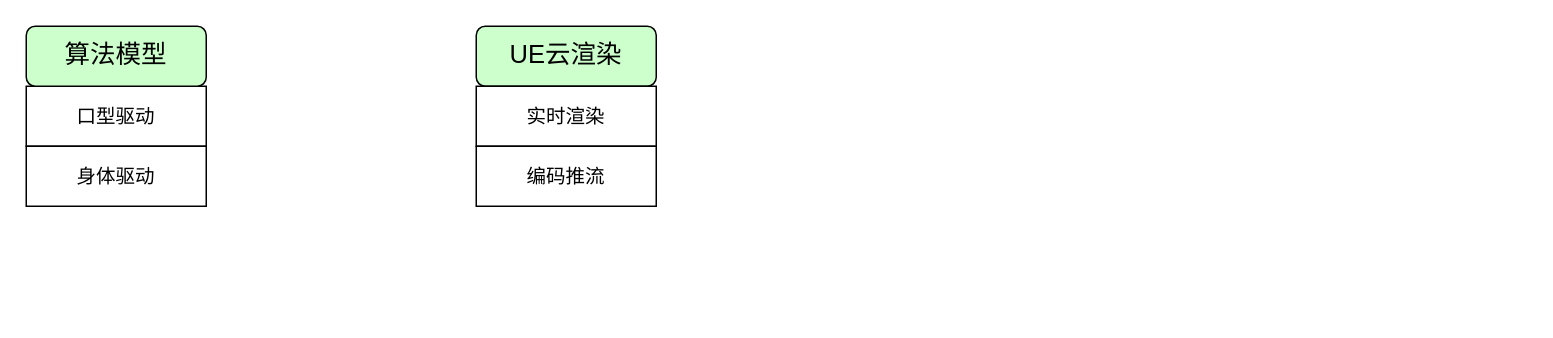
This is ai_live.drawio from skindhu/9GAG, a draw.io file, before an edit. Source tidied: cells renumbered, new cells numbered last; positions are measured from the earlier drawing's top-left corner, leaving out a move shared by most shapes. Both pictures are drawn from the tidied source at 150%, with x=0, y=0 at pixel (26, 26).
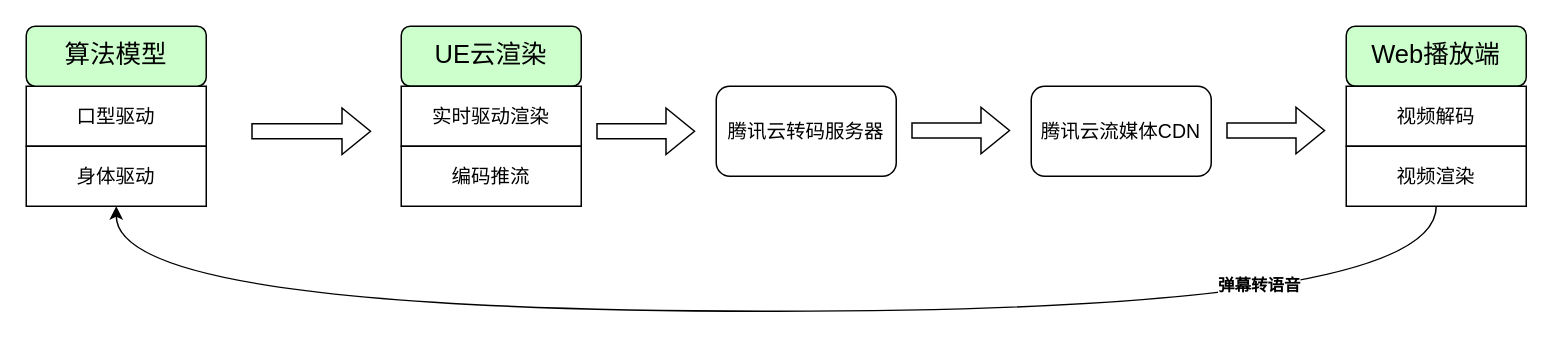
The same diagram, later.

The change refers to these unchanged cells:
```xml
<mxCell id="4" value="身体驱动" style="rounded=0;whiteSpace=wrap;html=1;fontSize=13;" parent="1" vertex="1">
  <mxGeometry y="80" width="120" height="40" as="geometry" />
</mxCell>
```

Change to the diagram source:
```diff
@@
     <mxCell id="5" value="&lt;font style=&quot;font-size: 17px;&quot;&gt;UE云渲染&lt;/font&gt;" style="rounded=1;whiteSpace=wrap;html=1;fillColor=#CCFFCC;" parent="1" vertex="1">
-      <mxGeometry x="300" width="120" height="40" as="geometry" />
+      <mxGeometry x="250" width="120" height="40" as="geometry" />
     </mxCell>
-    <mxCell id="6" value="&lt;font style=&quot;font-size: 13px;&quot;&gt;实时渲染&lt;/font&gt;" style="rounded=0;whiteSpace=wrap;html=1;" parent="1" vertex="1">
-      <mxGeometry x="300" y="40" width="120" height="40" as="geometry" />
+    <mxCell id="6" value="&lt;font style=&quot;font-size: 13px;&quot;&gt;实时驱动渲染&lt;/font&gt;" style="rounded=0;whiteSpace=wrap;html=1;" parent="1" vertex="1">
+      <mxGeometry x="250" y="40" width="120" height="40" as="geometry" />
     </mxCell>
     <mxCell id="7" value="&lt;font style=&quot;font-size: 13px;&quot;&gt;编码推流&lt;/font&gt;" style="rounded=0;whiteSpace=wrap;html=1;" parent="1" vertex="1">
-      <mxGeometry x="300" y="80" width="120" height="40" as="geometry" />
+      <mxGeometry x="250" y="80" width="120" height="40" as="geometry" />
     </mxCell>
+    <mxCell id="8" value="&lt;span style=&quot;font-size: 17px;&quot;&gt;Web播放端&lt;/span&gt;" style="rounded=1;whiteSpace=wrap;html=1;fillColor=#CCFFCC;" parent="1" vertex="1">
+      <mxGeometry x="880" width="120" height="40" as="geometry" />
+    </mxCell>
+    <mxCell id="9" value="&lt;font style=&quot;font-size: 13px;&quot;&gt;视频解码&lt;/font&gt;" style="rounded=0;whiteSpace=wrap;html=1;" parent="1" vertex="1">
+      <mxGeometry x="880" y="40" width="120" height="40" as="geometry" />
+    </mxCell>
+    <mxCell id="10" value="&lt;font style=&quot;font-size: 13px;&quot;&gt;视频渲染&lt;/font&gt;" style="rounded=0;whiteSpace=wrap;html=1;" parent="1" vertex="1">
+      <mxGeometry x="880" y="80" width="120" height="40" as="geometry" />
+    </mxCell>
+    <mxCell id="11" value="&lt;font style=&quot;font-size: 13px;&quot;&gt;腾讯云转码服务器&lt;/font&gt;" style="rounded=1;whiteSpace=wrap;html=1;" parent="1" vertex="1">
+      <mxGeometry x="460" y="40" width="120" height="60" as="geometry" />
+    </mxCell>
+    <mxCell id="12" value="&lt;font style=&quot;font-size: 13px;&quot;&gt;腾讯云流媒体CDN&lt;/font&gt;" style="rounded=1;whiteSpace=wrap;html=1;" parent="1" vertex="1">
+      <mxGeometry x="670" y="40" width="120" height="60" as="geometry" />
+    </mxCell>
+    <mxCell id="13" style="shape=flexArrow;endArrow=classic;html=1;rounded=0;" parent="1" edge="1">
+      <mxGeometry relative="1" as="geometry">
+        <mxPoint x="150" y="70" as="sourcePoint" />
+        <mxPoint x="230" y="70" as="targetPoint" />
+      </mxGeometry>
+    </mxCell>
+    <mxCell id="14" style="shape=flexArrow;endArrow=classic;html=1;rounded=0;" parent="1" edge="1">
+      <mxGeometry relative="1" as="geometry">
+        <mxPoint x="380" y="70" as="sourcePoint" />
+        <mxPoint x="446" y="70" as="targetPoint" />
+      </mxGeometry>
+    </mxCell>
+    <mxCell id="15" style="shape=flexArrow;endArrow=classic;html=1;rounded=0;" parent="1" edge="1">
+      <mxGeometry relative="1" as="geometry">
+        <mxPoint x="590" y="69.5" as="sourcePoint" />
+        <mxPoint x="656" y="69.5" as="targetPoint" />
+      </mxGeometry>
+    </mxCell>
+    <mxCell id="16" style="shape=flexArrow;endArrow=classic;html=1;rounded=0;" parent="1" edge="1">
+      <mxGeometry relative="1" as="geometry">
+        <mxPoint x="800" y="69.5" as="sourcePoint" />
+        <mxPoint x="866" y="69.5" as="targetPoint" />
+      </mxGeometry>
+    </mxCell>
+    <mxCell id="17" style="endArrow=classic;html=1;rounded=0;edgeStyle=orthogonalEdgeStyle;curved=1;entryX=0.5;entryY=1;entryDx=0;entryDy=0;exitX=0.5;exitY=1;exitDx=0;exitDy=0;" parent="1" edge="1" source="10" target="4">
+      <mxGeometry relative="1" as="geometry">
+        <Array as="points">
+          <mxPoint x="940" y="190" />
+          <mxPoint x="60" y="190" />
+        </Array>
+      </mxGeometry>
+    </mxCell>
+    <mxCell id="18" value="&lt;b&gt;弹幕转语音&lt;/b&gt;" style="edgeLabel;html=1;align=center;verticalAlign=middle;" parent="17" vertex="1">
+      <mxGeometry x="-0.63" y="-18" relative="1" as="geometry" />
+    </mxCell>
```
